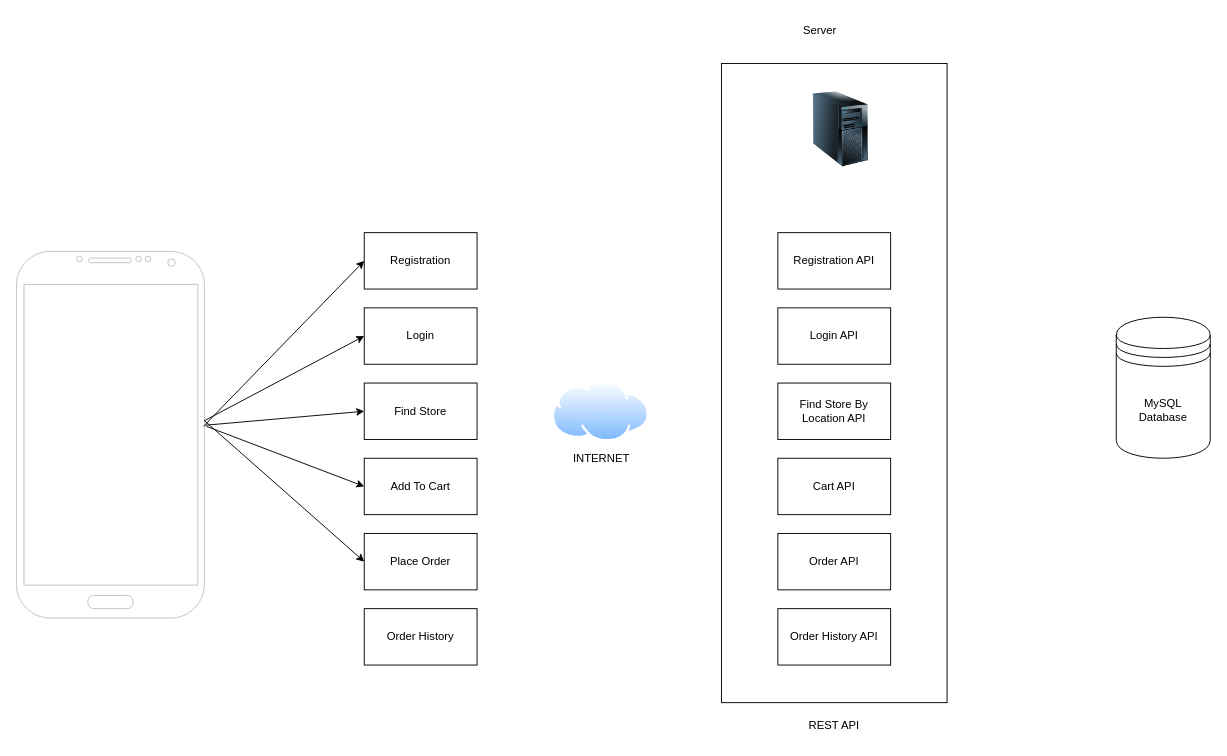
This is Janani_HighLevel.drawio from jananiakhash/diagrams, a draw.io file, before an edit. Source tidied: cells renumbered, new cells numbered last; positions are measured from the earlier drawing's top-left corner, leaving out a move shared by most shapes. Both pictures are drawn from the tidied source at 94%, with x=0, y=0 at pixel (16, 16).
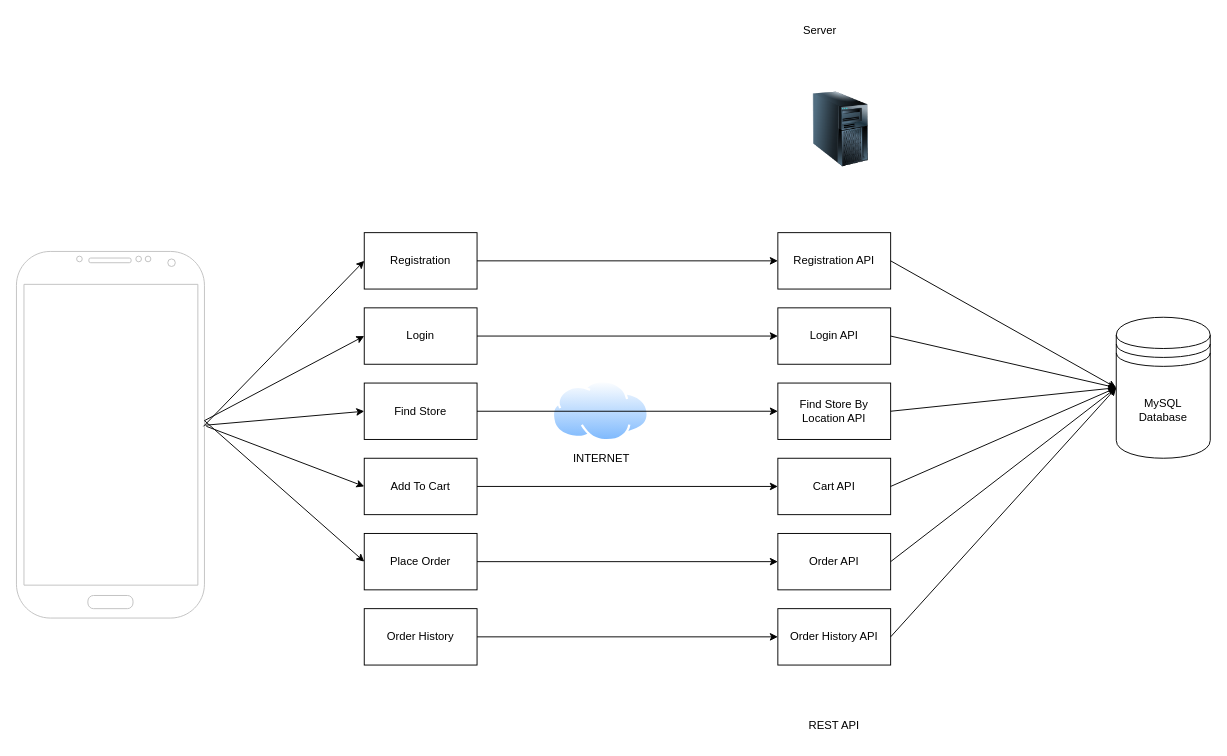
The same diagram, later.

Unchanged cells that the change refers to:
```xml
<mxCell id="4" value="Registration" style="rounded=0;whiteSpace=wrap;html=1;" parent="1" vertex="1">
  <mxGeometry x="370" y="230" width="120" height="60" as="geometry" />
</mxCell>
<mxCell id="5" value="Login" style="rounded=0;whiteSpace=wrap;html=1;" parent="1" vertex="1">
  <mxGeometry x="370" y="310" width="120" height="60" as="geometry" />
</mxCell>
<mxCell id="6" value="Find Store" style="rounded=0;whiteSpace=wrap;html=1;" parent="1" vertex="1">
  <mxGeometry x="370" y="390" width="120" height="60" as="geometry" />
</mxCell>
<mxCell id="7" value="Add To Cart" style="rounded=0;whiteSpace=wrap;html=1;" parent="1" vertex="1">
  <mxGeometry x="370" y="470" width="120" height="60" as="geometry" />
</mxCell>
<mxCell id="8" value="Place Order" style="rounded=0;whiteSpace=wrap;html=1;" parent="1" vertex="1">
  <mxGeometry x="370" y="550" width="120" height="60" as="geometry" />
</mxCell>
<mxCell id="9" value="Order History" style="rounded=0;whiteSpace=wrap;html=1;" parent="1" vertex="1">
  <mxGeometry x="370" y="630" width="120" height="60" as="geometry" />
</mxCell>
<mxCell id="17" value="Registration API" style="rounded=0;whiteSpace=wrap;html=1;" parent="1" vertex="1">
  <mxGeometry x="810" y="230" width="120" height="60" as="geometry" />
</mxCell>
<mxCell id="18" value="Login API" style="rounded=0;whiteSpace=wrap;html=1;" parent="1" vertex="1">
  <mxGeometry x="810" y="310" width="120" height="60" as="geometry" />
</mxCell>
<mxCell id="19" value="Find Store By Location API" style="rounded=0;whiteSpace=wrap;html=1;" parent="1" vertex="1">
  <mxGeometry x="810" y="390" width="120" height="60" as="geometry" />
</mxCell>
<mxCell id="20" value="Cart API" style="rounded=0;whiteSpace=wrap;html=1;" parent="1" vertex="1">
  <mxGeometry x="810" y="470" width="120" height="60" as="geometry" />
</mxCell>
<mxCell id="21" value="Order API" style="rounded=0;whiteSpace=wrap;html=1;" parent="1" vertex="1">
  <mxGeometry x="810" y="550" width="120" height="60" as="geometry" />
</mxCell>
<mxCell id="22" value="Order History API" style="rounded=0;whiteSpace=wrap;html=1;" parent="1" vertex="1">
  <mxGeometry x="810" y="630" width="120" height="60" as="geometry" />
</mxCell>
<mxCell id="23" value="MySQL &lt;br&gt;Database" style="shape=datastore;whiteSpace=wrap;html=1;" parent="1" vertex="1">
  <mxGeometry x="1170" y="320" width="100" height="150" as="geometry" />
</mxCell>
```

What changed in the source:
```diff
@@
-    <mxCell id="2" style="rounded=0;whiteSpace=wrap;html=1;" parent="1" vertex="1">
-      <mxGeometry x="750" y="50" width="240" height="680" as="geometry" />
-    </mxCell>
@@
+    <mxCell id="26" style="endArrow=classic;html=1;rounded=0;exitX=1;exitY=0.5;exitDx=0;exitDy=0;entryX=0;entryY=0.5;entryDx=0;entryDy=0;" parent="1" edge="1" source="4" target="17">
+      <mxGeometry relative="1" as="geometry" />
+    </mxCell>
+    <mxCell id="27" style="endArrow=classic;html=1;rounded=0;exitX=1;exitY=0.5;exitDx=0;exitDy=0;entryX=0;entryY=0.5;entryDx=0;entryDy=0;" parent="1" edge="1" source="5" target="18">
+      <mxGeometry relative="1" as="geometry" />
+    </mxCell>
+    <mxCell id="28" style="endArrow=classic;html=1;rounded=0;exitX=1;exitY=0.5;exitDx=0;exitDy=0;entryX=0;entryY=0.5;entryDx=0;entryDy=0;" parent="1" edge="1" source="6" target="19">
+      <mxGeometry relative="1" as="geometry" />
+    </mxCell>
+    <mxCell id="29" style="endArrow=classic;html=1;rounded=0;exitX=1;exitY=0.5;exitDx=0;exitDy=0;entryX=0;entryY=0.5;entryDx=0;entryDy=0;" parent="1" edge="1" source="7" target="20">
+      <mxGeometry relative="1" as="geometry" />
+    </mxCell>
+    <mxCell id="30" style="endArrow=classic;html=1;rounded=0;exitX=1;exitY=0.5;exitDx=0;exitDy=0;entryX=0;entryY=0.5;entryDx=0;entryDy=0;" parent="1" edge="1" source="8" target="21">
+      <mxGeometry relative="1" as="geometry" />
+    </mxCell>
+    <mxCell id="31" style="endArrow=classic;html=1;rounded=0;exitX=1;exitY=0.5;exitDx=0;exitDy=0;entryX=0;entryY=0.5;entryDx=0;entryDy=0;" parent="1" edge="1" source="9" target="22">
+      <mxGeometry relative="1" as="geometry" />
+    </mxCell>
+    <mxCell id="32" style="endArrow=classic;html=1;rounded=0;entryX=0;entryY=0.5;entryDx=0;entryDy=0;exitX=1;exitY=0.5;exitDx=0;exitDy=0;" parent="1" edge="1" source="17" target="23">
+      <mxGeometry relative="1" as="geometry" />
+    </mxCell>
+    <mxCell id="33" style="endArrow=classic;html=1;rounded=0;exitX=1;exitY=0.5;exitDx=0;exitDy=0;entryX=0;entryY=0.5;entryDx=0;entryDy=0;" parent="1" edge="1" source="18" target="23">
+      <mxGeometry relative="1" as="geometry" />
+    </mxCell>
+    <mxCell id="34" style="endArrow=classic;html=1;rounded=0;exitX=1;exitY=0.5;exitDx=0;exitDy=0;entryX=0;entryY=0.5;entryDx=0;entryDy=0;" parent="1" edge="1" source="19" target="23">
+      <mxGeometry relative="1" as="geometry" />
+    </mxCell>
+    <mxCell id="35" style="endArrow=classic;html=1;rounded=0;exitX=1;exitY=0.5;exitDx=0;exitDy=0;entryX=0;entryY=0.5;entryDx=0;entryDy=0;" parent="1" edge="1" source="20" target="23">
+      <mxGeometry relative="1" as="geometry" />
+    </mxCell>
+    <mxCell id="36" style="endArrow=classic;html=1;rounded=0;exitX=1;exitY=0.5;exitDx=0;exitDy=0;entryX=0;entryY=0.5;entryDx=0;entryDy=0;" parent="1" edge="1" source="21" target="23">
+      <mxGeometry relative="1" as="geometry" />
+    </mxCell>
+    <mxCell id="37" style="endArrow=classic;html=1;rounded=0;exitX=1;exitY=0.5;exitDx=0;exitDy=0;entryX=0;entryY=0.5;entryDx=0;entryDy=0;" parent="1" edge="1" source="22" target="23">
+      <mxGeometry relative="1" as="geometry" />
+    </mxCell>
```
